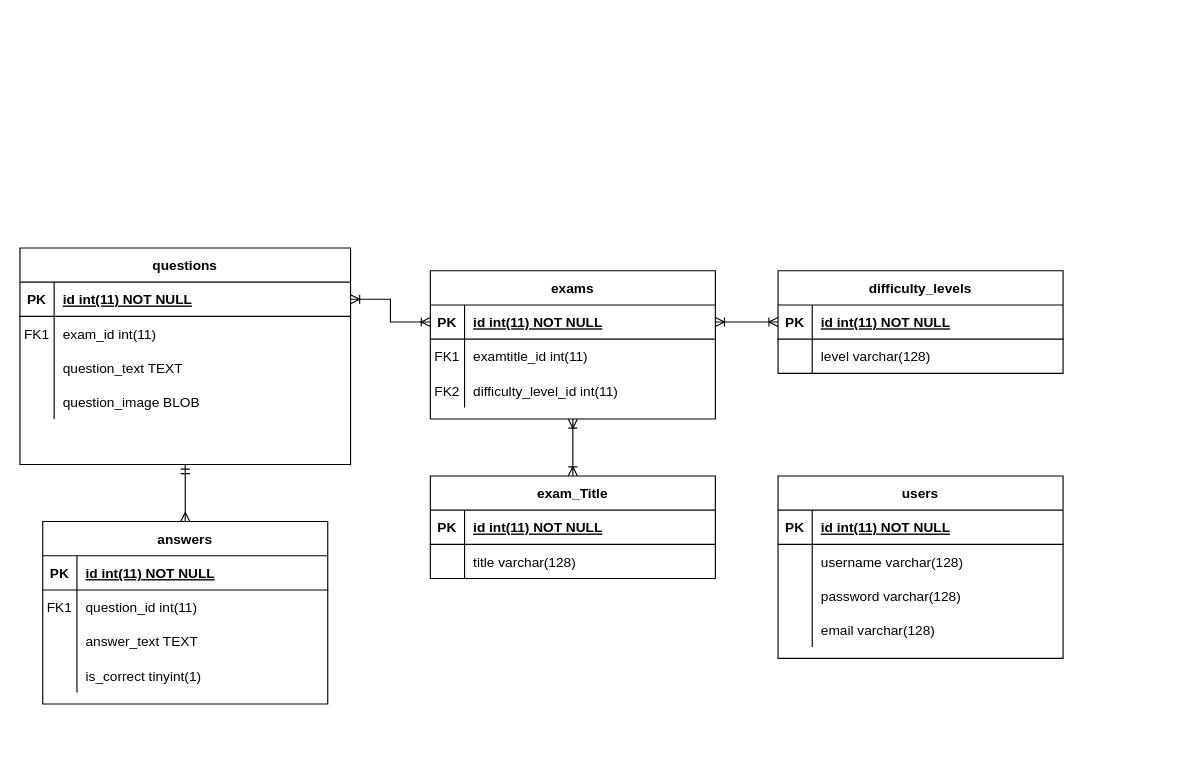
The draw.io diagram er.drawio in 7mzah/7mzah, before the edit. Source tidied: cells renumbered, new cells numbered last; positions are measured from the earlier drawing's top-left corner, leaving out a move shared by most shapes. Both pictures are drawn from the tidied source at 114%, with x=0, y=0 at pixel (19, 247).
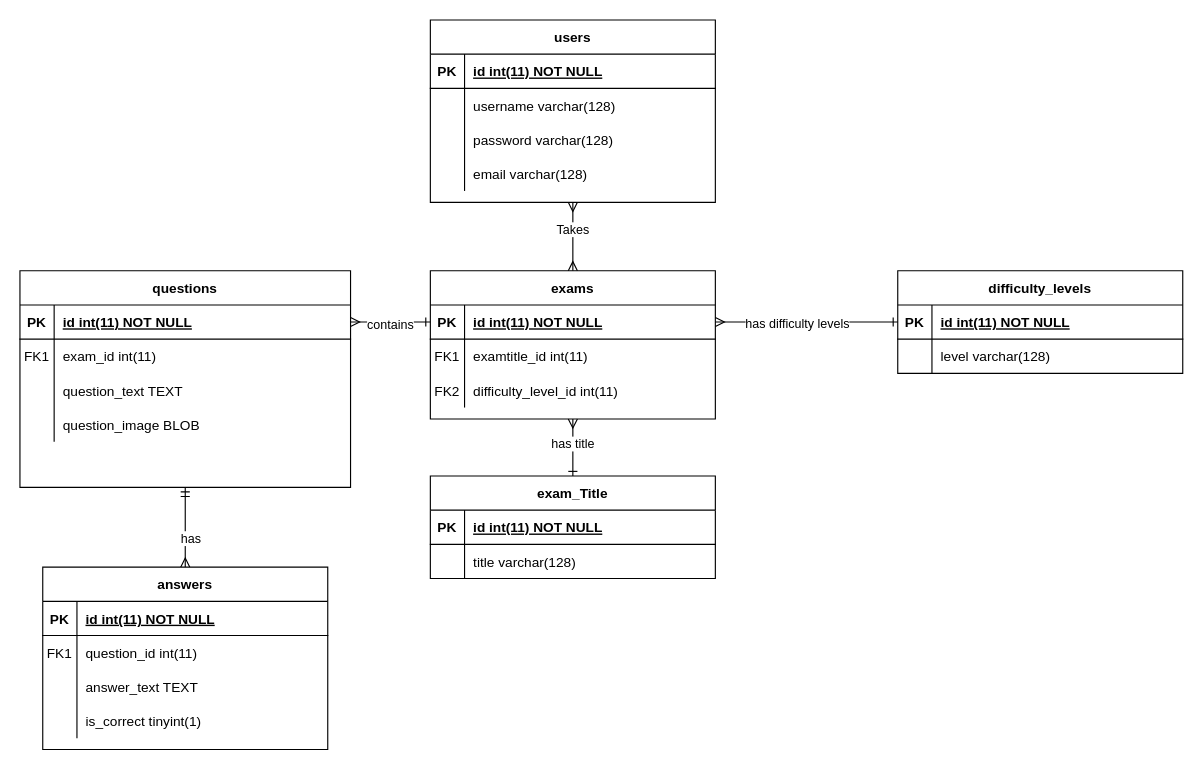
Above is the later version.

The change refers to these unchanged cells:
```xml
<mxCell id="3" style="shape=partialRectangle;fillColor=none;points=[[0,0.5],[1,0.5]];portConstraint=eastwest;top=0;left=0;right=0;bottom=1;" parent="2" vertex="1">
  <mxGeometry y="30" width="290" height="30" as="geometry" />
</mxCell>
<mxCell id="16" value="exams" style="shape=table;startSize=30;childLayout=tableLayout;rowLines=0;fontStyle=1;align=center;" parent="1" vertex="1">
  <mxGeometry x="360" y="20" width="250" height="130" as="geometry" />
</mxCell>
<mxCell id="17" style="shape=partialRectangle;fillColor=none;points=[[0,0.5],[1,0.5]];portConstraint=eastwest;top=0;left=0;right=0;bottom=1;" parent="16" vertex="1">
  <mxGeometry y="30" width="250" height="30" as="geometry" />
</mxCell>
<mxCell id="26" style="edgeStyle=orthogonalEdgeStyle;rounded=0;jettySize=auto;html=1;exitX=0.5;exitY=0;exitDx=0;exitDy=0;entryX=0.5;entryY=1;entryDx=0;entryDy=0;startArrow=ERmany;startFill=0;endArrow=ERmandOne;endFill=0;" parent="1" edge="1" source="27" target="2">
  <mxGeometry relative="1" as="geometry" />
</mxCell>
<mxCell id="41" style="shape=partialRectangle;fillColor=none;points=[[0,0.5],[1,0.5]];portConstraint=eastwest;top=0;left=0;right=0;bottom=1;" parent="40" vertex="1">
  <mxGeometry y="30" width="250" height="30" as="geometry" />
</mxCell>
<mxCell id="47" value="exam_Title" style="shape=table;startSize=30;childLayout=tableLayout;rowLines=0;fontStyle=1;align=center;" parent="1" vertex="1">
  <mxGeometry x="360" y="200" width="250" height="90" as="geometry" />
</mxCell>
```

The edit, as a diff of the source:
```diff
@@
     <mxCell id="2" value="questions" style="shape=table;startSize=30;childLayout=tableLayout;rowLines=0;fontStyle=1;align=center;" parent="1" vertex="1">
-      <mxGeometry width="290" height="190" as="geometry" />
+      <mxGeometry y="20" width="290" height="190" as="geometry" />
     </mxCell>
@@
-    <mxCell id="15" style="edgeStyle=orthogonalEdgeStyle;rounded=0;jettySize=auto;html=1;exitX=0.5;exitY=1;exitDx=0;exitDy=0;endArrow=ERoneToMany;endFill=0;startArrow=ERoneToMany;startFill=0;" parent="1" edge="1" source="16" target="47">
+    <mxCell id="15" style="edgeStyle=orthogonalEdgeStyle;rounded=0;jettySize=auto;html=1;exitX=0.5;exitY=1;exitDx=0;exitDy=0;endArrow=ERone;endFill=0;startArrow=ERmany;startFill=0;" parent="1" edge="1" source="16" target="47">
       <mxGeometry relative="1" as="geometry" />
     </mxCell>
+    <mxCell id="69" value="has title" style="edgeLabel;html=1;align=center;verticalAlign=middle;" parent="15" vertex="1">
+      <mxGeometry x="-0.15" y="-1" relative="1" as="geometry" />
+    </mxCell>
@@
+    <mxCell id="70" value="has" style="edgeLabel;html=1;align=center;verticalAlign=middle;" parent="26" vertex="1">
+      <mxGeometry x="-0.26" y="-4" relative="1" as="geometry" />
+    </mxCell>
     <mxCell id="27" value="answers" style="shape=table;startSize=30;childLayout=tableLayout;rowLines=0;fontStyle=1;align=center;" parent="1" vertex="1">
-      <mxGeometry x="20" y="240" width="250" height="160" as="geometry" />
+      <mxGeometry x="20" y="280" width="250" height="160" as="geometry" />
     </mxCell>
@@
     <mxCell id="40" value="difficulty_levels" style="shape=table;startSize=30;childLayout=tableLayout;rowLines=0;fontStyle=1;align=center;" parent="1" vertex="1">
-      <mxGeometry x="665" y="20" width="250" height="90" as="geometry" />
+      <mxGeometry x="770" y="20" width="250" height="90" as="geometry" />
     </mxCell>
@@
+    <mxCell id="71" style="edgeStyle=orthogonalEdgeStyle;rounded=0;jettySize=auto;html=1;exitX=0.5;exitY=1;exitDx=0;exitDy=0;entryX=0.5;entryY=0;entryDx=0;entryDy=0;endArrow=ERmany;endFill=0;startArrow=ERmany;startFill=0;" parent="1" edge="1" source="54" target="16">
+      <mxGeometry relative="1" as="geometry" />
+    </mxCell>
+    <mxCell id="72" value="Takes" style="edgeLabel;html=1;align=center;verticalAlign=middle;" parent="71" vertex="1">
+      <mxGeometry x="-0.24" y="-1" relative="1" as="geometry" />
+    </mxCell>
     <mxCell id="54" value="users" style="shape=table;startSize=30;childLayout=tableLayout;rowLines=0;fontStyle=1;align=center;" parent="1" vertex="1">
-      <mxGeometry x="665" y="200" width="250" height="160" as="geometry" />
+      <mxGeometry x="360" y="-200" width="250" height="160" as="geometry" />
     </mxCell>
@@
-    <mxCell id="67" style="edgeStyle=orthogonalEdgeStyle;rounded=0;jettySize=auto;html=1;exitX=1;exitY=0.5;exitDx=0;exitDy=0;entryX=0;entryY=0.5;entryDx=0;entryDy=0;endArrow=ERoneToMany;endFill=0;startArrow=ERoneToMany;startFill=0;" parent="1" edge="1" source="17" target="41">
+    <mxCell id="67" style="edgeStyle=orthogonalEdgeStyle;rounded=0;jettySize=auto;html=1;exitX=1;exitY=0.5;exitDx=0;exitDy=0;entryX=0;entryY=0.5;entryDx=0;entryDy=0;endArrow=ERone;endFill=0;startArrow=ERmany;startFill=0;" parent="1" edge="1" source="17" target="41">
       <mxGeometry relative="1" as="geometry" />
     </mxCell>
+    <mxCell id="73" value="has difficulty levels" style="edgeLabel;html=1;align=center;verticalAlign=middle;" parent="67" vertex="1">
+      <mxGeometry x="-0.11" y="-1" relative="1" as="geometry" />
+    </mxCell>
-    <mxCell id="68" style="edgeStyle=orthogonalEdgeStyle;rounded=0;jettySize=auto;html=1;exitX=1;exitY=0.5;exitDx=0;exitDy=0;entryX=0;entryY=0.5;entryDx=0;entryDy=0;strokeColor=default;startArrow=ERoneToMany;startFill=0;endArrow=ERoneToMany;endFill=0;" parent="1" edge="1" source="3" target="17">
+    <mxCell id="68" style="edgeStyle=orthogonalEdgeStyle;rounded=0;jettySize=auto;html=1;exitX=1;exitY=0.5;exitDx=0;exitDy=0;entryX=0;entryY=0.5;entryDx=0;entryDy=0;strokeColor=default;startArrow=ERmany;startFill=0;endArrow=ERone;endFill=0;" parent="1" edge="1" source="3" target="17">
       <mxGeometry relative="1" as="geometry" />
     </mxCell>
+    <mxCell id="74" value="contains" style="edgeLabel;html=1;align=center;verticalAlign=middle;" parent="68" vertex="1">
+      <mxGeometry x="-0.02" y="-2" relative="1" as="geometry" />
+    </mxCell>
```
